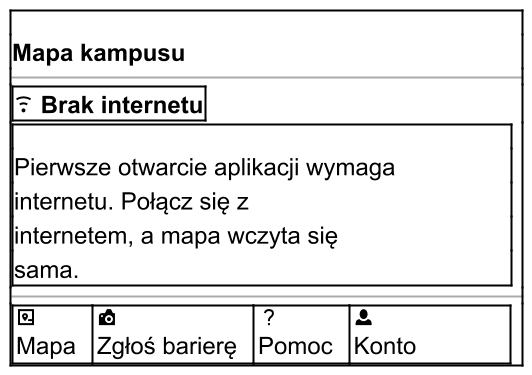
Before: docs/docs/_generated/m-v1-mapa-pierwsze-otwarcie.png, a diagram exported from PlantUML (dostepny-kampus/dostepny-kampus).
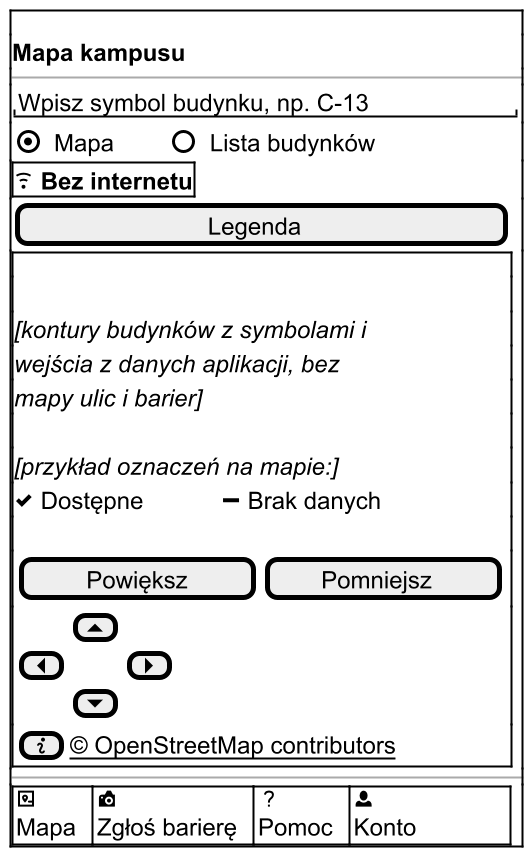
After the commit.

What changed in the source:
```diff
@@ -1,11 +1,14 @@
 @startsalt
-' V1 Mapa kampusu, brak sieci przy pierwszym otwarciu: w telefonie nie ma jeszcze danych.
+' V1 Mapa kampusu, pierwsze otwarcie bez internetu: kontury i wejścia z danych aplikacji, bez mapy ulic, barier i planów.
 !include _wspolne.iuml
 !include _odwiedzajacy.iuml
 $ekran_poczatek()
 $naglowek_startowy("Mapa kampusu")
+$pole_tekstowe("Wpisz symbol budynku, np. C-13")
+$przelacznik("Mapa", "Lista budynków", 1)
 $brak_internetu()
-$komunikat("Pierwsze otwarcie aplikacji wymaga internetu. Połącz się z internetem, a mapa wczyta się sama.")
+$przycisk("Legenda")
+$mapa("kontury budynków z symbolami i wejścia z danych aplikacji, bez mapy ulic i barier", $dostepne() + $dk_spacje(6) + $brak_danych(), "info")
 $pasek_dolny_konto()
 $ekran_koniec()
 @endsalt
```
